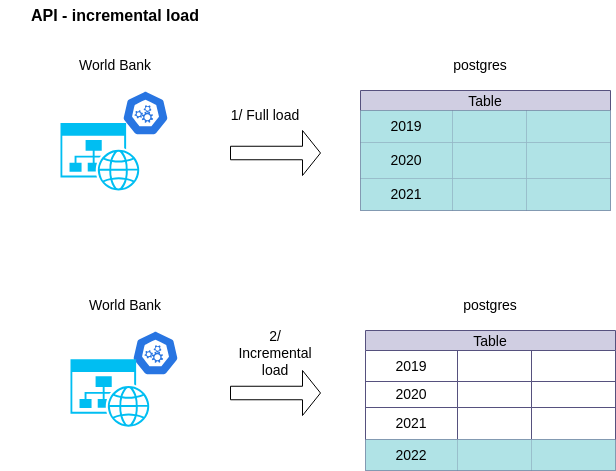
The draw.io diagram images/increment_api_extract.drawio.png in suphineneo/Global_Economic_Monitor, before a commit. Source tidied: cells renumbered, new cells last; positions are measured from the earlier drawing's top-left corner, leaving out a move shared by most shapes. Its diagram source:
```xml
<mxGraphModel>
  <root>
    <mxCell id="0" />
    <mxCell id="1" parent="0" />
    <mxCell id="2" style="rounded=0;whiteSpace=wrap;html=1;sketch=0;dashed=0;whitespace=wrap;verticalLabelPosition=bottom;verticalAlign=top;fillColor=#2875E2;strokeColor=#ffffff;shape=mxgraph.kubernetes.icon2;prIcon=api;" parent="1" vertex="1">
      <mxGeometry x="100" y="90" width="90" height="45" as="geometry" />
    </mxCell>
    <mxCell id="3" value="API - incremental load" style="text;html=1;align=center;verticalAlign=middle;whiteSpace=wrap;rounded=0;fontStyle=1;fontSize=16;" parent="1" vertex="1">
      <mxGeometry width="230" height="30" as="geometry" />
    </mxCell>
    <mxCell id="4" value="World Bank" style="text;html=1;align=center;verticalAlign=middle;whiteSpace=wrap;rounded=0;fontSize=14;" parent="1" vertex="1">
      <mxGeometry x="75" y="50" width="80" height="30" as="geometry" />
    </mxCell>
    <mxCell id="5" value="2/ Incremental load" style="text;html=1;align=center;verticalAlign=middle;whiteSpace=wrap;rounded=0;fontSize=14;" parent="1" vertex="1">
      <mxGeometry x="230" y="337.5" width="90" height="30" as="geometry" />
    </mxCell>
    <mxCell id="6" value="postgres" style="text;html=1;align=center;verticalAlign=middle;whiteSpace=wrap;rounded=0;fontSize=14;" parent="1" vertex="1">
      <mxGeometry x="440" y="50" width="80" height="30" as="geometry" />
    </mxCell>
    <mxCell id="7" style="verticalLabelPosition=bottom;html=1;verticalAlign=top;align=center;strokeColor=none;fillColor=#00BEF2;shape=mxgraph.azure.website_generic;" parent="1" vertex="1">
      <mxGeometry x="60" y="122.5" width="80" height="67.5" as="geometry" />
    </mxCell>
    <mxCell id="8" style="shape=singleArrow;whiteSpace=wrap;html=1;" parent="1" vertex="1">
      <mxGeometry x="230" y="370" width="90" height="45" as="geometry" />
    </mxCell>
    <mxCell id="9" value="Table" style="shape=table;startSize=20;strokeColor=#56517e;fontSize=14;fillColor=#d0cee2;" parent="1" vertex="1">
      <mxGeometry x="365" y="330" width="250" height="140" as="geometry" />
    </mxCell>
    <mxCell id="10" style="shape=tableRow;horizontal=0;startSize=0;swimlaneHead=0;swimlaneBody=0;strokeColor=inherit;top=0;left=0;bottom=0;right=0;fillColor=none;fontSize=14;" parent="9" vertex="1">
      <mxGeometry y="20" width="250" height="31" as="geometry" />
    </mxCell>
    <mxCell id="11" value="2019" style="shape=partialRectangle;html=1;whiteSpace=wrap;strokeColor=inherit;overflow=hidden;fillColor=none;top=0;left=0;bottom=0;right=0;fontSize=14;" parent="10" vertex="1">
      <mxGeometry width="92" height="31" as="geometry" />
    </mxCell>
    <mxCell id="12" style="shape=partialRectangle;html=1;whiteSpace=wrap;strokeColor=inherit;overflow=hidden;fillColor=none;top=0;left=0;bottom=0;right=0;fontSize=14;" parent="10" vertex="1">
      <mxGeometry x="92" width="74" height="31" as="geometry" />
    </mxCell>
    <mxCell id="13" style="shape=partialRectangle;html=1;whiteSpace=wrap;strokeColor=inherit;overflow=hidden;fillColor=none;top=0;left=0;bottom=0;right=0;fontSize=14;" parent="10" vertex="1">
      <mxGeometry x="166" width="84" height="31" as="geometry" />
    </mxCell>
    <mxCell id="14" style="shape=tableRow;horizontal=0;startSize=0;swimlaneHead=0;swimlaneBody=0;strokeColor=inherit;top=0;left=0;bottom=0;right=0;fillColor=none;fontSize=14;" parent="9" vertex="1">
      <mxGeometry y="51" width="250" height="26" as="geometry" />
    </mxCell>
    <mxCell id="15" value="2020" style="shape=partialRectangle;html=1;whiteSpace=wrap;strokeColor=inherit;overflow=hidden;fillColor=none;top=0;left=0;bottom=0;right=0;fontSize=14;" parent="14" vertex="1">
      <mxGeometry width="92" height="26" as="geometry" />
    </mxCell>
    <mxCell id="16" style="shape=partialRectangle;html=1;whiteSpace=wrap;strokeColor=inherit;overflow=hidden;fillColor=none;top=0;left=0;bottom=0;right=0;fontSize=14;" parent="14" vertex="1">
      <mxGeometry x="92" width="74" height="26" as="geometry" />
    </mxCell>
    <mxCell id="17" style="shape=partialRectangle;html=1;whiteSpace=wrap;strokeColor=inherit;overflow=hidden;fillColor=none;top=0;left=0;bottom=0;right=0;fontSize=14;" parent="14" vertex="1">
      <mxGeometry x="166" width="84" height="26" as="geometry" />
    </mxCell>
    <mxCell id="18" style="shape=tableRow;horizontal=0;startSize=0;swimlaneHead=0;swimlaneBody=0;strokeColor=inherit;top=0;left=0;bottom=0;right=0;fillColor=none;fontSize=14;" parent="9" vertex="1">
      <mxGeometry y="77" width="250" height="32" as="geometry" />
    </mxCell>
    <mxCell id="19" value="2021" style="shape=partialRectangle;html=1;whiteSpace=wrap;strokeColor=inherit;overflow=hidden;fillColor=none;top=0;left=0;bottom=0;right=0;fontSize=14;" parent="18" vertex="1">
      <mxGeometry width="92" height="32" as="geometry" />
    </mxCell>
    <mxCell id="20" style="shape=partialRectangle;html=1;whiteSpace=wrap;strokeColor=inherit;overflow=hidden;fillColor=none;top=0;left=0;bottom=0;right=0;fontSize=14;" parent="18" vertex="1">
      <mxGeometry x="92" width="74" height="32" as="geometry" />
    </mxCell>
    <mxCell id="21" style="shape=partialRectangle;html=1;whiteSpace=wrap;strokeColor=inherit;overflow=hidden;fillColor=none;top=0;left=0;bottom=0;right=0;fontSize=14;" parent="18" vertex="1">
      <mxGeometry x="166" width="84" height="32" as="geometry" />
    </mxCell>
    <mxCell id="22" style="shape=tableRow;horizontal=0;startSize=0;swimlaneHead=0;swimlaneBody=0;strokeColor=inherit;top=0;left=0;bottom=0;right=0;fillColor=none;fontSize=14;" parent="9" vertex="1">
      <mxGeometry y="109" width="250" height="31" as="geometry" />
    </mxCell>
    <mxCell id="23" value="2022" style="shape=partialRectangle;html=1;whiteSpace=wrap;strokeColor=#0e8088;overflow=hidden;fillColor=#b0e3e6;top=0;left=0;bottom=0;right=0;fontSize=14;" parent="22" vertex="1">
      <mxGeometry width="92" height="31" as="geometry" />
    </mxCell>
    <mxCell id="24" style="shape=partialRectangle;html=1;whiteSpace=wrap;strokeColor=#0e8088;overflow=hidden;fillColor=#b0e3e6;top=0;left=0;bottom=0;right=0;fontSize=14;" parent="22" vertex="1">
      <mxGeometry x="92" width="74" height="31" as="geometry" />
    </mxCell>
    <mxCell id="25" style="shape=partialRectangle;html=1;whiteSpace=wrap;strokeColor=#0e8088;overflow=hidden;fillColor=#b0e3e6;top=0;left=0;bottom=0;right=0;fontSize=14;" parent="22" vertex="1">
      <mxGeometry x="166" width="84" height="31" as="geometry" />
    </mxCell>
    <mxCell id="26" style="rounded=0;whiteSpace=wrap;html=1;sketch=0;dashed=0;whitespace=wrap;verticalLabelPosition=bottom;verticalAlign=top;fillColor=#2875E2;strokeColor=#ffffff;shape=mxgraph.kubernetes.icon2;prIcon=api;" parent="1" vertex="1">
      <mxGeometry x="110" y="330" width="90" height="45" as="geometry" />
    </mxCell>
    <mxCell id="27" value="World Bank" style="text;html=1;align=center;verticalAlign=middle;whiteSpace=wrap;rounded=0;fontSize=14;" parent="1" vertex="1">
      <mxGeometry x="85" y="290" width="80" height="30" as="geometry" />
    </mxCell>
    <mxCell id="28" value="1/ Full load" style="text;html=1;align=center;verticalAlign=middle;whiteSpace=wrap;rounded=0;fontSize=14;" parent="1" vertex="1">
      <mxGeometry x="220" y="100" width="90" height="30" as="geometry" />
    </mxCell>
    <mxCell id="29" value="postgres" style="text;html=1;align=center;verticalAlign=middle;whiteSpace=wrap;rounded=0;fontSize=14;" parent="1" vertex="1">
      <mxGeometry x="450" y="290" width="80" height="30" as="geometry" />
    </mxCell>
    <mxCell id="30" style="verticalLabelPosition=bottom;html=1;verticalAlign=top;align=center;strokeColor=none;fillColor=#00BEF2;shape=mxgraph.azure.website_generic;" parent="1" vertex="1">
      <mxGeometry x="70" y="358.8" width="80" height="67.5" as="geometry" />
    </mxCell>
    <mxCell id="31" value="Table" style="shape=table;startSize=20;strokeColor=#56517e;fontSize=14;fillColor=#d0cee2;" parent="1" vertex="1">
      <mxGeometry x="360" y="90" width="250" height="120" as="geometry" />
    </mxCell>
    <mxCell id="32" style="shape=tableRow;horizontal=0;startSize=0;swimlaneHead=0;swimlaneBody=0;strokeColor=inherit;top=0;left=0;bottom=0;right=0;fillColor=none;fontSize=14;" parent="31" vertex="1">
      <mxGeometry y="20" width="250" height="32" as="geometry" />
    </mxCell>
    <mxCell id="33" value="2019" style="shape=partialRectangle;html=1;whiteSpace=wrap;strokeColor=#0e8088;overflow=hidden;fillColor=#b0e3e6;top=0;left=0;bottom=0;right=0;fontSize=14;" parent="32" vertex="1">
      <mxGeometry width="92" height="32" as="geometry" />
    </mxCell>
    <mxCell id="34" style="shape=partialRectangle;html=1;whiteSpace=wrap;strokeColor=#0e8088;overflow=hidden;fillColor=#b0e3e6;top=0;left=0;bottom=0;right=0;fontSize=14;" parent="32" vertex="1">
      <mxGeometry x="92" width="74" height="32" as="geometry" />
    </mxCell>
    <mxCell id="35" style="shape=partialRectangle;html=1;whiteSpace=wrap;strokeColor=#0e8088;overflow=hidden;fillColor=#b0e3e6;top=0;left=0;bottom=0;right=0;fontSize=14;" parent="32" vertex="1">
      <mxGeometry x="166" width="84" height="32" as="geometry" />
    </mxCell>
    <mxCell id="36" style="shape=tableRow;horizontal=0;startSize=0;swimlaneHead=0;swimlaneBody=0;strokeColor=inherit;top=0;left=0;bottom=0;right=0;fillColor=none;fontSize=14;" parent="31" vertex="1">
      <mxGeometry y="52" width="250" height="36" as="geometry" />
    </mxCell>
    <mxCell id="37" value="2020" style="shape=partialRectangle;html=1;whiteSpace=wrap;strokeColor=#0e8088;overflow=hidden;fillColor=#b0e3e6;top=0;left=0;bottom=0;right=0;fontSize=14;" parent="36" vertex="1">
      <mxGeometry width="92" height="36" as="geometry" />
    </mxCell>
    <mxCell id="38" style="shape=partialRectangle;html=1;whiteSpace=wrap;strokeColor=#0e8088;overflow=hidden;fillColor=#b0e3e6;top=0;left=0;bottom=0;right=0;fontSize=14;" parent="36" vertex="1">
      <mxGeometry x="92" width="74" height="36" as="geometry" />
    </mxCell>
    <mxCell id="39" style="shape=partialRectangle;html=1;whiteSpace=wrap;strokeColor=#0e8088;overflow=hidden;fillColor=#b0e3e6;top=0;left=0;bottom=0;right=0;fontSize=14;" parent="36" vertex="1">
      <mxGeometry x="166" width="84" height="36" as="geometry" />
    </mxCell>
    <mxCell id="40" style="shape=tableRow;horizontal=0;startSize=0;swimlaneHead=0;swimlaneBody=0;strokeColor=inherit;top=0;left=0;bottom=0;right=0;fillColor=none;fontSize=14;" parent="31" vertex="1">
      <mxGeometry y="88" width="250" height="32" as="geometry" />
    </mxCell>
    <mxCell id="41" value="2021" style="shape=partialRectangle;html=1;whiteSpace=wrap;strokeColor=#0e8088;overflow=hidden;fillColor=#b0e3e6;top=0;left=0;bottom=0;right=0;fontSize=14;" parent="40" vertex="1">
      <mxGeometry width="92" height="32" as="geometry" />
    </mxCell>
    <mxCell id="42" style="shape=partialRectangle;html=1;whiteSpace=wrap;strokeColor=#0e8088;overflow=hidden;fillColor=#b0e3e6;top=0;left=0;bottom=0;right=0;fontSize=14;" parent="40" vertex="1">
      <mxGeometry x="92" width="74" height="32" as="geometry" />
    </mxCell>
    <mxCell id="43" style="shape=partialRectangle;html=1;whiteSpace=wrap;strokeColor=#0e8088;overflow=hidden;fillColor=#b0e3e6;top=0;left=0;bottom=0;right=0;fontSize=14;" parent="40" vertex="1">
      <mxGeometry x="166" width="84" height="32" as="geometry" />
    </mxCell>
    <mxCell id="44" style="shape=singleArrow;whiteSpace=wrap;html=1;" parent="1" vertex="1">
      <mxGeometry x="230" y="130" width="90" height="45" as="geometry" />
    </mxCell>
  </root>
</mxGraphModel>
```
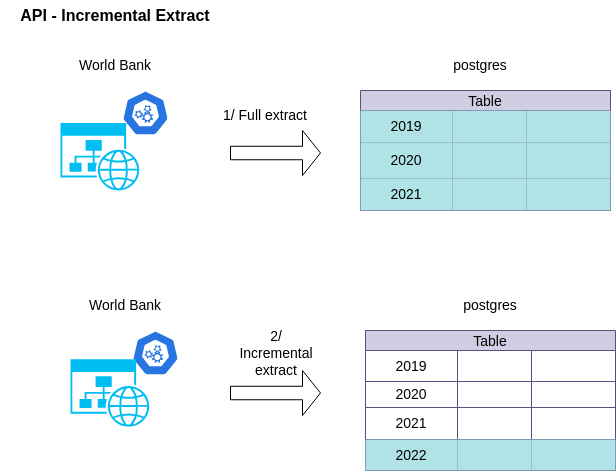
After the commit.

What changed in the source:
```diff
@@ -5,14 +5,14 @@
     <mxCell id="2" style="rounded=0;whiteSpace=wrap;html=1;sketch=0;dashed=0;whitespace=wrap;verticalLabelPosition=bottom;verticalAlign=top;fillColor=#2875E2;strokeColor=#ffffff;shape=mxgraph.kubernetes.icon2;prIcon=api;" parent="1" vertex="1">
       <mxGeometry x="100" y="90" width="90" height="45" as="geometry" />
     </mxCell>
-    <mxCell id="3" value="API - incremental load" style="text;html=1;align=center;verticalAlign=middle;whiteSpace=wrap;rounded=0;fontStyle=1;fontSize=16;" parent="1" vertex="1">
+    <mxCell id="3" value="API - Incremental Extract" style="text;html=1;align=center;verticalAlign=middle;whiteSpace=wrap;rounded=0;fontStyle=1;fontSize=16;" parent="1" vertex="1">
       <mxGeometry width="230" height="30" as="geometry" />
     </mxCell>
     <mxCell id="4" value="World Bank" style="text;html=1;align=center;verticalAlign=middle;whiteSpace=wrap;rounded=0;fontSize=14;" parent="1" vertex="1">
       <mxGeometry x="75" y="50" width="80" height="30" as="geometry" />
     </mxCell>
-    <mxCell id="5" value="2/ Incremental load" style="text;html=1;align=center;verticalAlign=middle;whiteSpace=wrap;rounded=0;fontSize=14;" parent="1" vertex="1">
-      <mxGeometry x="230" y="337.5" width="90" height="30" as="geometry" />
+    <mxCell id="5" value="2/ Incremental extract" style="text;html=1;align=center;verticalAlign=middle;whiteSpace=wrap;rounded=0;fontSize=14;" parent="1" vertex="1">
+      <mxGeometry x="231" y="337.5" width="90" height="30" as="geometry" />
     </mxCell>
     <mxCell id="6" value="postgres" style="text;html=1;align=center;verticalAlign=middle;whiteSpace=wrap;rounded=0;fontSize=14;" parent="1" vertex="1">
       <mxGeometry x="440" y="50" width="80" height="30" as="geometry" />
@@ -80,7 +80,7 @@
     <mxCell id="27" value="World Bank" style="text;html=1;align=center;verticalAlign=middle;whiteSpace=wrap;rounded=0;fontSize=14;" parent="1" vertex="1">
       <mxGeometry x="85" y="290" width="80" height="30" as="geometry" />
     </mxCell>
-    <mxCell id="28" value="1/ Full load" style="text;html=1;align=center;verticalAlign=middle;whiteSpace=wrap;rounded=0;fontSize=14;" parent="1" vertex="1">
+    <mxCell id="28" value="1/ Full extract" style="text;html=1;align=center;verticalAlign=middle;whiteSpace=wrap;rounded=0;fontSize=14;" parent="1" vertex="1">
       <mxGeometry x="220" y="100" width="90" height="30" as="geometry" />
     </mxCell>
     <mxCell id="29" value="postgres" style="text;html=1;align=center;verticalAlign=middle;whiteSpace=wrap;rounded=0;fontSize=14;" parent="1" vertex="1">
```
